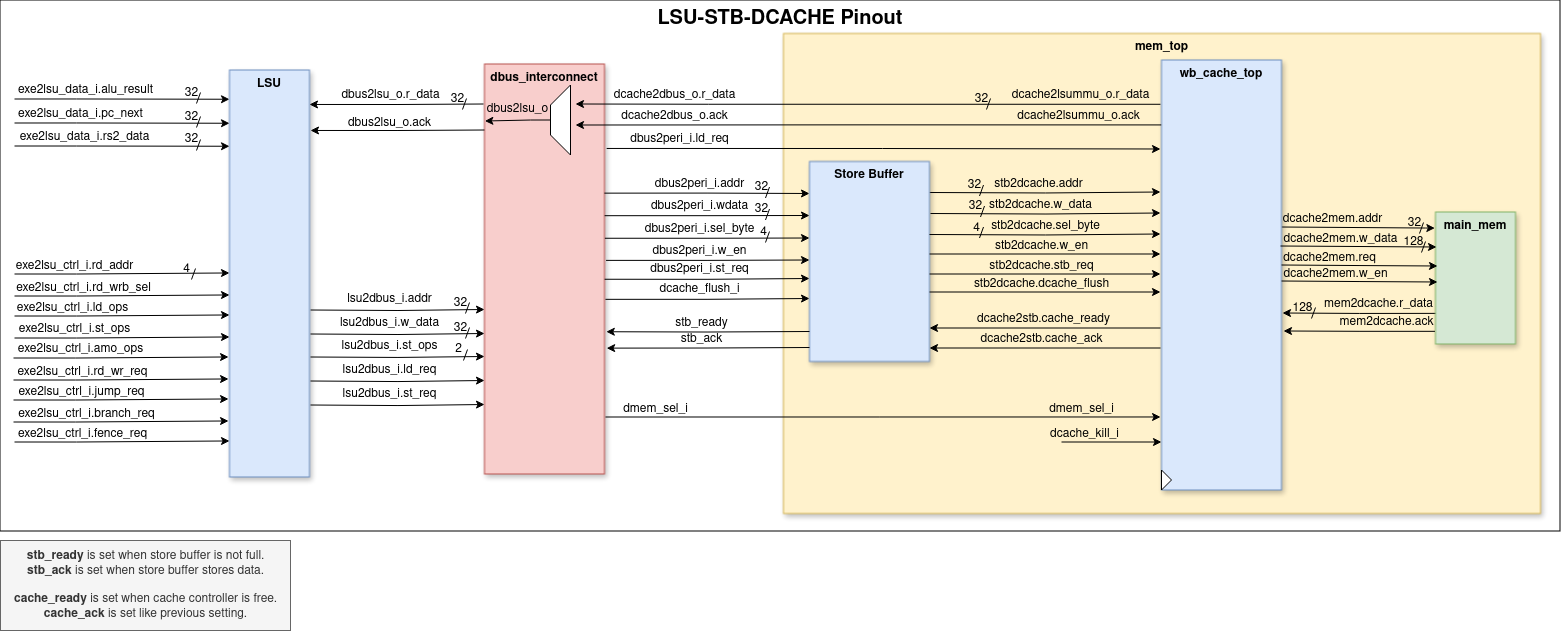
This is docs/pinout-lsu-stb-dcache.png from Fazail333/Store-Buffer, a draw.io export, as it was before one commit. Source tidied: cells renumbered, new cells last; positions are measured from the earlier drawing's top-left corner, leaving out a move shared by most shapes.
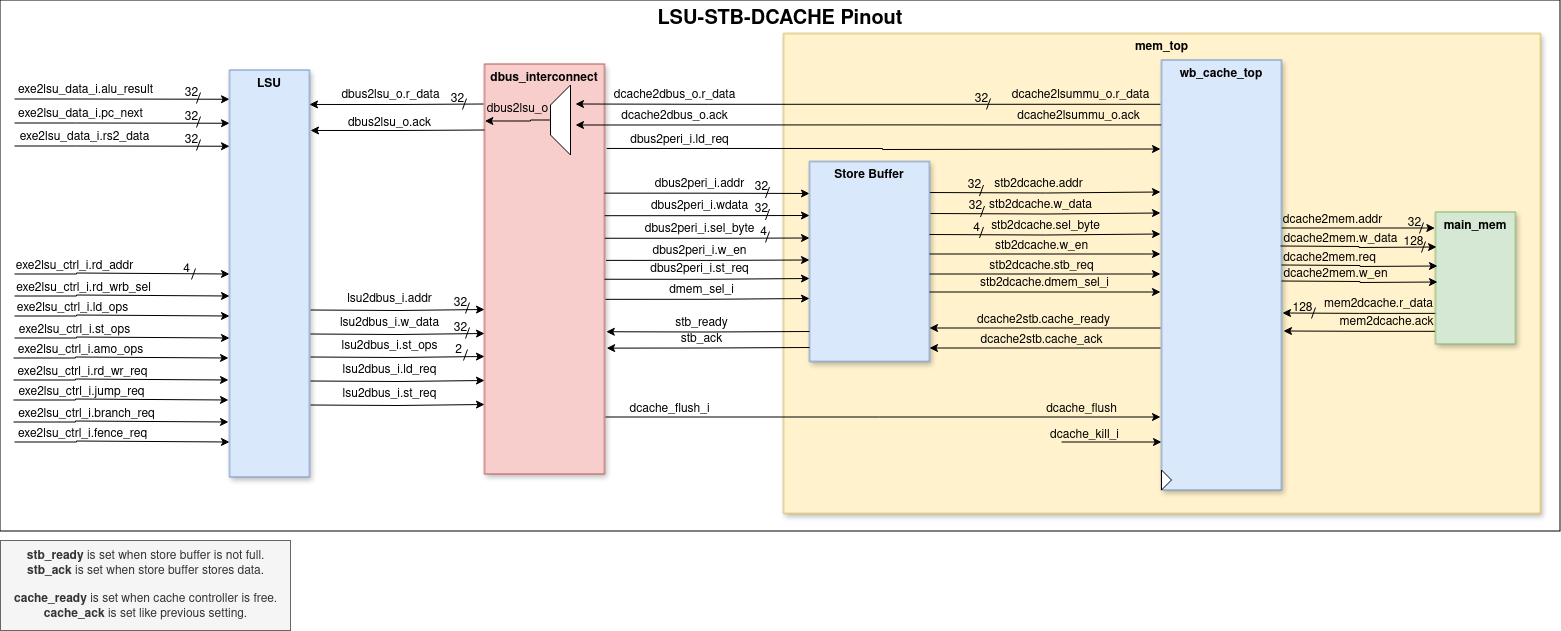
Above is the later version.

Commit message:
update the pinout of the storebuffer

What changed in the source:
```diff
@@ -23,7 +23,7 @@
     <mxCell id="6" value="dcache2lsummu_o.r_data" style="text;html=1;align=center;verticalAlign=middle;strokeColor=none;fillColor=none;" parent="1" vertex="1">
       <mxGeometry x="1000" y="79.5" width="160" height="30" as="geometry" />
     </mxCell>
-    <mxCell id="7" value="dmem_sel_i" style="text;html=1;align=center;verticalAlign=middle;strokeColor=none;fillColor=none;" parent="1" vertex="1">
+    <mxCell id="7" value="dcache_flush" style="text;html=1;align=center;verticalAlign=middle;strokeColor=none;fillColor=none;" parent="1" vertex="1">
       <mxGeometry x="1036" y="393.5" width="90" height="30" as="geometry" />
     </mxCell>
     <mxCell id="8" style="edgeStyle=orthogonalEdgeStyle;rounded=0;orthogonalLoop=1;jettySize=auto;html=1;entryX=0;entryY=0.75;entryDx=0;entryDy=0;" parent="1" edge="1">
@@ -62,7 +62,7 @@
       <mxGeometry x="599" y="79.5" width="150" height="30" as="geometry" />
     </mxCell>
     <mxCell id="15" value="dmem_sel_i" style="text;html=1;align=center;verticalAlign=middle;strokeColor=none;fillColor=none;" parent="1" vertex="1">
-      <mxGeometry x="610" y="394.5" width="90" height="30" as="geometry" />
+      <mxGeometry x="656" y="274.5" width="90" height="30" as="geometry" />
     </mxCell>
     <mxCell id="16" value="dbus2lsu_o" style="text;html=1;align=center;verticalAlign=middle;strokeColor=none;fillColor=none;" parent="1" vertex="1">
       <mxGeometry x="477" y="93.5" width="80" height="30" as="geometry" />
@@ -554,7 +554,7 @@
       </mxGeometry>
     </mxCell>
     <mxCell id="116" value="dcache_flush_i" style="text;html=1;align=center;verticalAlign=middle;strokeColor=none;fillColor=none;" parent="1" vertex="1">
-      <mxGeometry x="649" y="274" width="100" height="30" as="geometry" />
+      <mxGeometry x="619" y="393.5" width="100" height="30" as="geometry" />
     </mxCell>
     <mxCell id="117" style="edgeStyle=orthogonalEdgeStyle;rounded=0;jettySize=auto;html=1;entryX=1.015;entryY=0.653;entryDx=0;entryDy=0;entryPerimeter=0;" parent="1" edge="1" target="3">
       <mxGeometry relative="1" as="geometry">
@@ -644,8 +644,8 @@
         <mxPoint x="1160" y="291.5" as="targetPoint" />
       </mxGeometry>
     </mxCell>
-    <mxCell id="137" value="stb2dcache.dcache_flush" style="text;html=1;align=center;verticalAlign=middle;strokeColor=none;fillColor=none;" parent="1" vertex="1">
-      <mxGeometry x="961" y="268.5" width="160" height="30" as="geometry" />
+    <mxCell id="137" value="stb2dcache.dmem_sel_i" style="text;html=1;align=center;verticalAlign=middle;strokeColor=none;fillColor=none;" parent="1" vertex="1">
+      <mxGeometry x="969" y="267.5" width="150" height="30" as="geometry" />
     </mxCell>
     <mxCell id="138" style="edgeStyle=orthogonalEdgeStyle;rounded=0;orthogonalLoop=1;jettySize=auto;html=1;" parent="1" edge="1">
       <mxGeometry relative="1" as="geometry">
```
